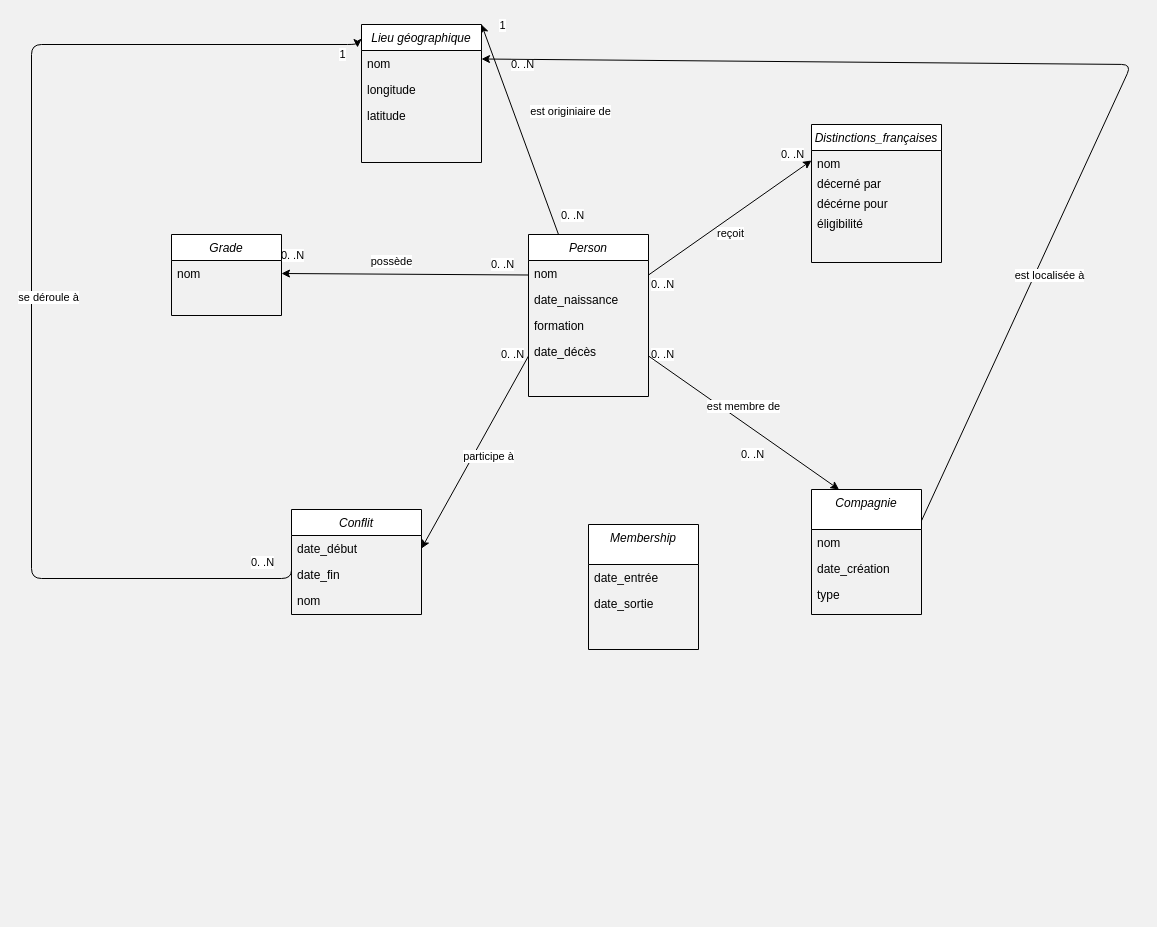
Kiwivitamine/aviateurs keeps this draw.io diagram as document.drawio. Above is the earlier version. Source tidied: cells renumbered, new cells numbered last; positions are measured from the earlier drawing's top-left corner, leaving out a move shared by most shapes. Both pictures are drawn from the tidied source at 100%, with x=0, y=0 at pixel (31, 24).
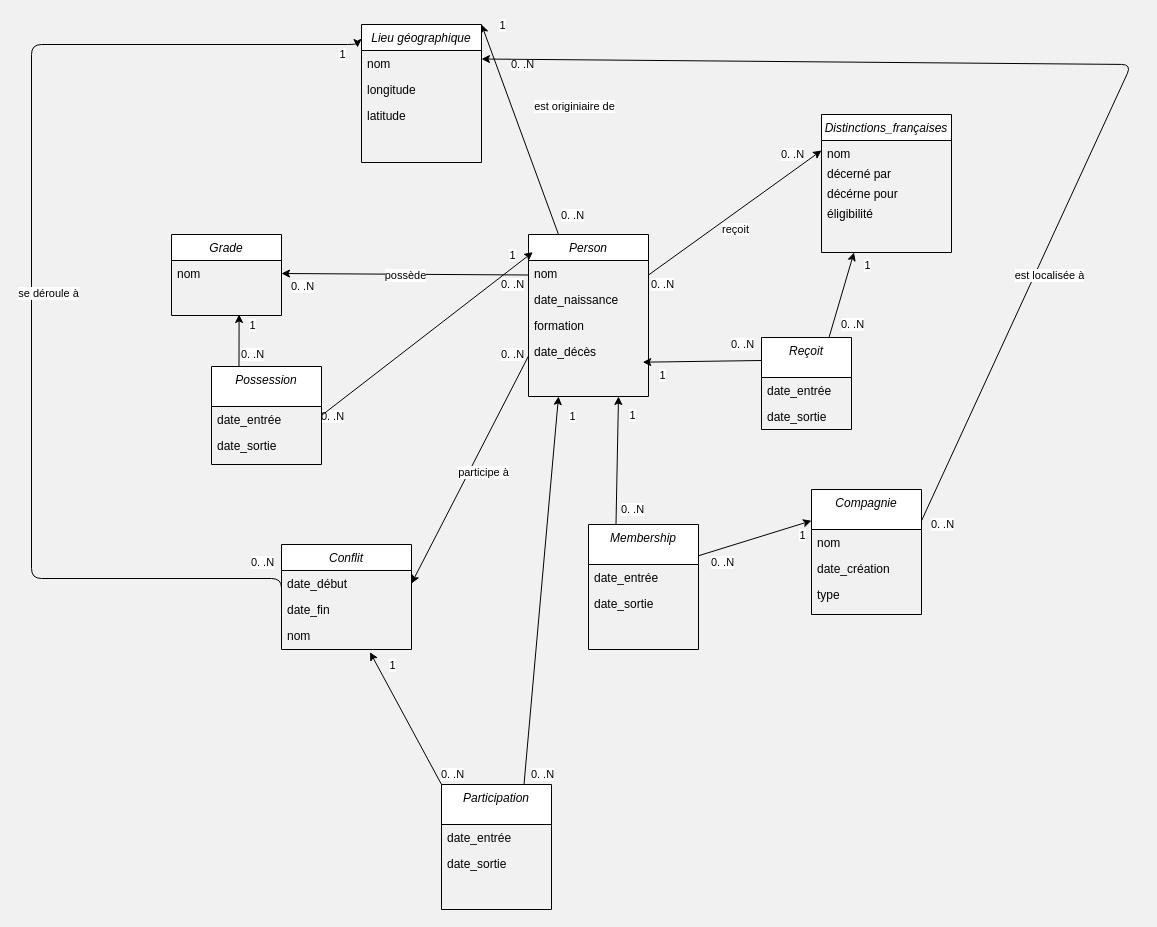
Above is the later version.

Commit message (it also covers changes not shown here):
Mise à jour du diagramme

The change refers to these unchanged cells:
```xml
<mxCell id="2" style="edgeStyle=none;html=1;exitX=0;exitY=0.25;exitDx=0;exitDy=0;entryX=1;entryY=0.5;entryDx=0;entryDy=0;" parent="1" edge="1" source="25" target="31">
  <mxGeometry relative="1" as="geometry" />
</mxCell>
<mxCell id="17" style="edgeStyle=none;html=1;exitX=0;exitY=0.75;exitDx=0;exitDy=0;entryX=1;entryY=0.5;entryDx=0;entryDy=0;" parent="1" edge="1" source="25" target="46">
  <mxGeometry relative="1" as="geometry" />
</mxCell>
<mxCell id="25" value="Person" style="swimlane;fontStyle=2;align=center;verticalAlign=top;horizontal=1;startSize=26;rounded=0;shadow=0;strokeWidth=1;" parent="1" vertex="1">
  <mxGeometry x="497" y="210" width="120" height="162" as="geometry" />
</mxCell>
<mxCell id="26" value="nom" style="text;align=left;verticalAlign=top;spacingLeft=4;spacingRight=4;overflow=hidden;points=[[0,0.5],[1,0.5]];portConstraint=eastwest;" parent="25" vertex="1">
  <mxGeometry y="26" width="120" height="26" as="geometry" />
</mxCell>
<mxCell id="29" value="date_décès" style="text;align=left;verticalAlign=top;spacingLeft=4;spacingRight=4;overflow=hidden;points=[[0,0.5],[1,0.5]];portConstraint=eastwest;rounded=0;shadow=0;html=0;" parent="25" vertex="1">
  <mxGeometry y="104" width="120" height="26" as="geometry" />
</mxCell>
<mxCell id="39" value="Compagnie" style="swimlane;fontStyle=2;align=center;verticalAlign=top;horizontal=1;startSize=40;rounded=0;shadow=0;strokeWidth=1;" parent="1" vertex="1">
  <mxGeometry x="780" y="465" width="110" height="125" as="geometry" />
</mxCell>
<mxCell id="49" value="nom" style="text;align=left;verticalAlign=top;spacingLeft=4;spacingRight=4;overflow=hidden;points=[[0,0.5],[1,0.5]];portConstraint=eastwest;rounded=0;shadow=0;html=0;" parent="45" vertex="1">
  <mxGeometry y="78" width="130" height="26" as="geometry" />
</mxCell>
<mxCell id="56" value="Membership" style="swimlane;fontStyle=2;align=center;verticalAlign=top;horizontal=1;startSize=40;rounded=0;shadow=0;strokeWidth=1;" parent="1" vertex="1">
  <mxGeometry x="557" y="500" width="110" height="125" as="geometry" />
</mxCell>
```

Diff of the diagram source:
```diff
@@
-    <mxCell id="3" value="possède" style="edgeLabel;html=1;align=center;verticalAlign=middle;inheritText=1;" parent="2" vertex="1">
-      <mxGeometry x="0.12" y="-13" relative="1" as="geometry" />
-    </mxCell>
-    <mxCell id="4" value="0. .N" style="edgeLabel;html=1;align=center;verticalAlign=middle;inheritText=1;" parent="2" vertex="1">
-      <mxGeometry x="0.19" relative="1" as="geometry">
-        <mxPoint x="120" y="-10" as="offset" />
-      </mxGeometry>
-    </mxCell>
-    <mxCell id="5" value="0. .N" style="edgeLabel;html=1;align=center;verticalAlign=middle;inheritText=1;" parent="2" vertex="1">
-      <mxGeometry x="-0.7" relative="1" as="geometry">
-        <mxPoint x="-200" y="-20" as="offset" />
-      </mxGeometry>
-    </mxCell>
     <mxCell id="6" value="0. .N" style="edgeLabel;html=1;align=center;verticalAlign=middle;inheritText=1;" parent="2" vertex="1">
       <mxGeometry x="0.19" relative="1" as="geometry">
-        <mxPoint x="280" y="80" as="offset" />
+        <mxPoint x="250" y="235" as="offset" />
       </mxGeometry>
     </mxCell>
     <mxCell id="7" value="0. .N" style="edgeLabel;html=1;align=center;verticalAlign=middle;inheritText=1;" parent="2" vertex="1">
       <mxGeometry x="0.19" relative="1" as="geometry">
-        <mxPoint x="370" y="180" as="offset" />
+        <mxPoint x="340" y="288" as="offset" />
       </mxGeometry>
     </mxCell>
@@
+    <mxCell id="59" value="1" style="edgeLabel;html=1;align=center;verticalAlign=middle;inheritText=1;" parent="2" vertex="1">
+      <mxGeometry x="-0.7" relative="1" as="geometry">
+        <mxPoint x="310" y="260" as="offset" />
+      </mxGeometry>
+    </mxCell>
+    <mxCell id="60" value="1" style="edgeLabel;html=1;align=center;verticalAlign=middle;inheritText=1;" parent="2" vertex="1">
+      <mxGeometry x="-0.7" relative="1" as="geometry">
+        <mxPoint x="140" y="140" as="offset" />
+      </mxGeometry>
+    </mxCell>
+    <mxCell id="61" value="0. .N" style="edgeLabel;html=1;align=center;verticalAlign=middle;inheritText=1;" parent="2" vertex="1">
+      <mxGeometry x="-0.7" relative="1" as="geometry">
+        <mxPoint x="-160" y="141" as="offset" />
+      </mxGeometry>
+    </mxCell>
+    <mxCell id="62" value="0. .N" style="edgeLabel;html=1;align=center;verticalAlign=middle;inheritText=1;" parent="2" vertex="1">
+      <mxGeometry x="0.19" relative="1" as="geometry">
+        <mxPoint x="-130" y="80" as="offset" />
+      </mxGeometry>
+    </mxCell>
+    <mxCell id="63" value="1" style="edgeLabel;html=1;align=center;verticalAlign=middle;inheritText=1;" parent="2" vertex="1">
+      <mxGeometry x="-0.7" relative="1" as="geometry">
+        <mxPoint x="-240" y="50" as="offset" />
+      </mxGeometry>
+    </mxCell>
+    <mxCell id="64" value="1" style="edgeLabel;html=1;align=center;verticalAlign=middle;inheritText=1;" parent="2" vertex="1">
+      <mxGeometry x="-0.7" relative="1" as="geometry">
+        <mxPoint x="20" y="-20" as="offset" />
+      </mxGeometry>
+    </mxCell>
+    <mxCell id="65" value="0. .N" style="edgeLabel;html=1;align=center;verticalAlign=middle;inheritText=1;" parent="2" vertex="1">
+      <mxGeometry x="0.19" relative="1" as="geometry">
+        <mxPoint x="560" y="250" as="offset" />
+      </mxGeometry>
+    </mxCell>
+    <mxCell id="66" value="0. .N" style="edgeLabel;html=1;align=center;verticalAlign=middle;inheritText=1;" parent="2" vertex="1">
+      <mxGeometry x="0.19" relative="1" as="geometry">
+        <mxPoint x="160" y="500" as="offset" />
+      </mxGeometry>
+    </mxCell>
+    <mxCell id="67" value="0. .N" style="edgeLabel;html=1;align=center;verticalAlign=middle;inheritText=1;" parent="2" vertex="1">
+      <mxGeometry x="0.19" relative="1" as="geometry">
+        <mxPoint x="70" y="500" as="offset" />
+      </mxGeometry>
+    </mxCell>
+    <mxCell id="68" value="1" style="edgeLabel;html=1;align=center;verticalAlign=middle;inheritText=1;" parent="2" vertex="1">
+      <mxGeometry x="-0.7" relative="1" as="geometry">
+        <mxPoint x="-100" y="390" as="offset" />
+      </mxGeometry>
+    </mxCell>
+    <mxCell id="69" value="1" style="edgeLabel;html=1;align=center;verticalAlign=middle;inheritText=1;" parent="2" vertex="1">
+      <mxGeometry x="-0.7" relative="1" as="geometry">
+        <mxPoint x="80" y="141" as="offset" />
+      </mxGeometry>
+    </mxCell>
+    <mxCell id="70" value="0. .N" style="edgeLabel;html=1;align=center;verticalAlign=middle;inheritText=1;" parent="2" vertex="1">
+      <mxGeometry x="0.19" relative="1" as="geometry">
+        <mxPoint x="360" y="70" as="offset" />
+      </mxGeometry>
+    </mxCell>
+    <mxCell id="71" value="0. .N" style="edgeLabel;html=1;align=center;verticalAlign=middle;inheritText=1;" parent="2" vertex="1">
+      <mxGeometry x="0.19" relative="1" as="geometry">
+        <mxPoint x="470" y="50" as="offset" />
+      </mxGeometry>
+    </mxCell>
+    <mxCell id="72" value="1" style="edgeLabel;html=1;align=center;verticalAlign=middle;inheritText=1;" parent="2" vertex="1">
+      <mxGeometry x="-0.7" relative="1" as="geometry">
+        <mxPoint x="170" y="100" as="offset" />
+      </mxGeometry>
+    </mxCell>
+    <mxCell id="73" value="1" style="edgeLabel;html=1;align=center;verticalAlign=middle;inheritText=1;" parent="2" vertex="1">
+      <mxGeometry x="-0.7" relative="1" as="geometry">
+        <mxPoint x="375" y="-10" as="offset" />
+      </mxGeometry>
+    </mxCell>
+    <mxCell id="74" value="0. .N" style="edgeLabel;html=1;align=center;verticalAlign=middle;inheritText=1;" parent="2" vertex="1">
+      <mxGeometry x="0.19" relative="1" as="geometry">
+        <mxPoint x="-80" y="12" as="offset" />
+      </mxGeometry>
+    </mxCell>
+    <mxCell id="75" value="0. .N" style="edgeLabel;html=1;align=center;verticalAlign=middle;inheritText=1;" parent="2" vertex="1">
+      <mxGeometry x="0.27" relative="1" as="geometry">
+        <mxPoint x="140" y="10" as="offset" />
+      </mxGeometry>
+    </mxCell>
@@
+    <mxCell id="3" value="possède" style="edgeLabel;html=1;align=center;verticalAlign=middle;inheritText=1;" parent="17" vertex="1">
+      <mxGeometry x="-0.04" relative="1" as="geometry">
+        <mxPoint x="-67" y="-190" as="offset" />
+      </mxGeometry>
+    </mxCell>
@@
-    <mxCell id="22" style="edgeStyle=none;html=1;exitX=1;exitY=0.75;exitDx=0;exitDy=0;entryX=0.25;entryY=0;entryDx=0;entryDy=0;" parent="1" edge="1" source="25" target="39">
-      <mxGeometry relative="1" as="geometry" />
-    </mxCell>
-    <mxCell id="23" value="est membre de" style="edgeLabel;html=1;align=center;verticalAlign=middle;inheritText=1;" parent="22" vertex="1">
-      <mxGeometry x="-0.09" y="13" relative="1" as="geometry" />
-    </mxCell>
@@
     <mxCell id="45" value="Conflit" style="swimlane;fontStyle=2;align=center;verticalAlign=top;horizontal=1;startSize=26;rounded=0;shadow=0;strokeWidth=1;" parent="1" vertex="1">
-      <mxGeometry x="260" y="485" width="130" height="105" as="geometry" />
+      <mxGeometry x="250" y="520" width="130" height="105" as="geometry" />
     </mxCell>
@@
     <mxCell id="50" value="Distinctions_françaises" style="swimlane;fontStyle=2;align=center;verticalAlign=top;horizontal=1;startSize=26;rounded=0;shadow=0;strokeWidth=1;" parent="1" vertex="1">
-      <mxGeometry x="780" y="100" width="130" height="138" as="geometry" />
+      <mxGeometry x="790" y="90" width="130" height="138" as="geometry" />
     </mxCell>
@@
+    <mxCell id="76" style="edgeStyle=none;html=1;exitX=0.25;exitY=0;exitDx=0;exitDy=0;entryX=0.75;entryY=1;entryDx=0;entryDy=0;" parent="1" edge="1" source="56" target="25">
+      <mxGeometry relative="1" as="geometry" />
+    </mxCell>
+    <mxCell id="77" style="edgeStyle=none;html=1;exitX=1;exitY=0.25;exitDx=0;exitDy=0;entryX=0;entryY=0.25;entryDx=0;entryDy=0;" parent="1" edge="1" source="56" target="39">
+      <mxGeometry relative="1" as="geometry" />
+    </mxCell>
@@
+    <mxCell id="78" style="edgeStyle=none;html=1;exitX=0.25;exitY=0;exitDx=0;exitDy=0;" parent="1" edge="1" source="79">
+      <mxGeometry relative="1" as="geometry">
+        <mxPoint x="207.6" y="290" as="targetPoint" />
+      </mxGeometry>
+    </mxCell>
+    <mxCell id="79" value="Possession" style="swimlane;fontStyle=2;align=center;verticalAlign=top;horizontal=1;startSize=40;rounded=0;shadow=0;strokeWidth=1;" parent="1" vertex="1">
+      <mxGeometry x="180" y="342" width="110" height="98" as="geometry" />
+    </mxCell>
+    <mxCell id="80" value="date_entrée" style="text;align=left;verticalAlign=top;spacingLeft=4;spacingRight=4;overflow=hidden;rounded=0;shadow=0;html=0;" parent="79" vertex="1">
+      <mxGeometry y="40" width="110" height="26" as="geometry" />
+    </mxCell>
+    <mxCell id="81" value="date_sortie" style="text;align=left;verticalAlign=top;spacingLeft=4;spacingRight=4;overflow=hidden;rounded=0;shadow=0;html=0;" parent="79" vertex="1">
+      <mxGeometry y="66" width="110" height="26" as="geometry" />
+    </mxCell>
+    <mxCell id="82" style="edgeStyle=none;html=1;exitX=1;exitY=0.5;exitDx=0;exitDy=0;entryX=0.036;entryY=-0.32;entryDx=0;entryDy=0;entryPerimeter=0;" parent="1" edge="1" source="79" target="26">
+      <mxGeometry relative="1" as="geometry" />
+    </mxCell>
+    <mxCell id="83" style="edgeStyle=none;html=1;exitX=0.75;exitY=0;exitDx=0;exitDy=0;entryX=0.25;entryY=1;entryDx=0;entryDy=0;" parent="1" edge="1" source="84" target="25">
+      <mxGeometry relative="1" as="geometry" />
+    </mxCell>
+    <mxCell id="84" value="Participation" style="swimlane;fontStyle=2;align=center;verticalAlign=top;horizontal=1;startSize=40;rounded=0;shadow=0;strokeWidth=1;" parent="1" vertex="1">
+      <mxGeometry x="410" y="760" width="110" height="125" as="geometry" />
+    </mxCell>
+    <mxCell id="85" value="date_entrée" style="text;align=left;verticalAlign=top;spacingLeft=4;spacingRight=4;overflow=hidden;rounded=0;shadow=0;html=0;" parent="84" vertex="1">
+      <mxGeometry y="40" width="110" height="26" as="geometry" />
+    </mxCell>
+    <mxCell id="86" value="date_sortie" style="text;align=left;verticalAlign=top;spacingLeft=4;spacingRight=4;overflow=hidden;rounded=0;shadow=0;html=0;" parent="84" vertex="1">
+      <mxGeometry y="66" width="110" height="26" as="geometry" />
+    </mxCell>
+    <mxCell id="87" style="edgeStyle=none;html=1;exitX=0;exitY=0;exitDx=0;exitDy=0;entryX=0.681;entryY=1.142;entryDx=0;entryDy=0;entryPerimeter=0;" parent="1" edge="1" source="84" target="49">
+      <mxGeometry relative="1" as="geometry" />
+    </mxCell>
+    <mxCell id="88" style="edgeStyle=none;html=1;exitX=0.75;exitY=0;exitDx=0;exitDy=0;entryX=0.25;entryY=1;entryDx=0;entryDy=0;" parent="1" edge="1" source="89" target="50">
+      <mxGeometry relative="1" as="geometry" />
+    </mxCell>
+    <mxCell id="89" value="Reçoit" style="swimlane;fontStyle=2;align=center;verticalAlign=top;horizontal=1;startSize=40;rounded=0;shadow=0;strokeWidth=1;" parent="1" vertex="1">
+      <mxGeometry x="730" y="313" width="90" height="92" as="geometry" />
+    </mxCell>
+    <mxCell id="90" value="date_entrée" style="text;align=left;verticalAlign=top;spacingLeft=4;spacingRight=4;overflow=hidden;rounded=0;shadow=0;html=0;" parent="89" vertex="1">
+      <mxGeometry y="40" width="90" height="26" as="geometry" />
+    </mxCell>
+    <mxCell id="91" value="date_sortie" style="text;align=left;verticalAlign=top;spacingLeft=4;spacingRight=4;overflow=hidden;rounded=0;shadow=0;html=0;" parent="89" vertex="1">
+      <mxGeometry y="66" width="90" height="26" as="geometry" />
+    </mxCell>
+    <mxCell id="92" style="edgeStyle=none;html=1;exitX=0;exitY=0.25;exitDx=0;exitDy=0;entryX=0.952;entryY=0.911;entryDx=0;entryDy=0;entryPerimeter=0;" parent="1" edge="1" source="89" target="29">
+      <mxGeometry relative="1" as="geometry" />
+    </mxCell>
```
